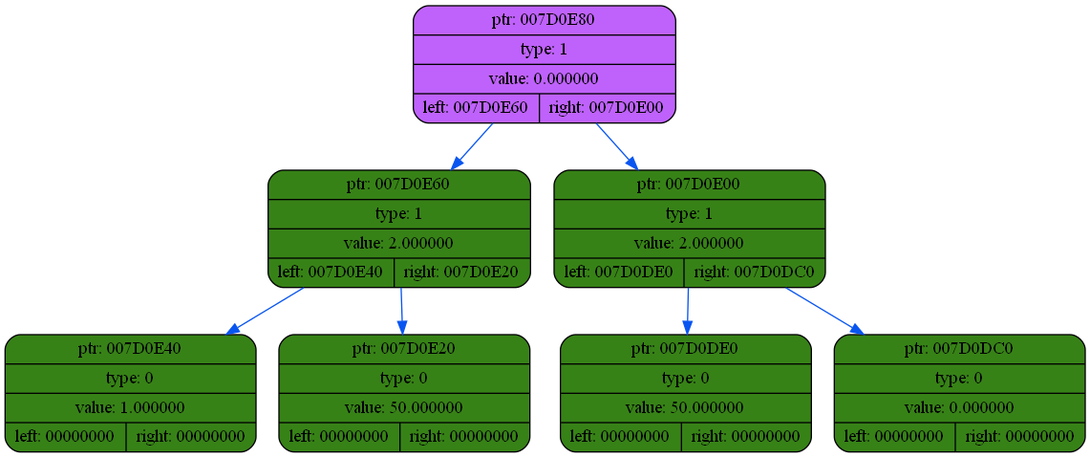
Above: dump/dump2.png in coffee8cat/differentiator (Graphviz), before the change. Its source is kept beside it as dump/dump2.dot. Source of this version:
```dot
digraph
{
    rankdir=TP

        node007D0E80[shape=record,style="rounded,filled",fillcolor="#BF62FC",label="{ ptr: 007D0E80 | type: 1 | value: 0.000000| { left: 007D0E60 | right: 007D0E00 }}"];
    node007D0E80 -> node007D0E60[color="#0855F0"]
    node007D0E60[shape=record,style="rounded,filled",fillcolor="#378217",label="{ ptr: 007D0E60 | type: 1 | value: 2.000000| { left: 007D0E40 | right: 007D0E20 }}"];
    node007D0E60 -> node007D0E40[color="#0855F0"]
    node007D0E40[shape=record,style="rounded,filled",fillcolor="#378217",label="{ ptr: 007D0E40 | type: 0 | value: 1.000000| { left: 00000000 | right: 00000000 }}"];
    node007D0E60 -> node007D0E20[color="#0855F0"]
    node007D0E20[shape=record,style="rounded,filled",fillcolor="#378217",label="{ ptr: 007D0E20 | type: 0 | value: 50.000000| { left: 00000000 | right: 00000000 }}"];
    node007D0E80 -> node007D0E00[color="#0855F0"]
    node007D0E00[shape=record,style="rounded,filled",fillcolor="#378217",label="{ ptr: 007D0E00 | type: 1 | value: 2.000000| { left: 007D0DE0 | right: 007D0DC0 }}"];
    node007D0E00 -> node007D0DE0[color="#0855F0"]
    node007D0DE0[shape=record,style="rounded,filled",fillcolor="#378217",label="{ ptr: 007D0DE0 | type: 0 | value: 50.000000| { left: 00000000 | right: 00000000 }}"];
    node007D0E00 -> node007D0DC0[color="#0855F0"]
    node007D0DC0[shape=record,style="rounded,filled",fillcolor="#378217",label="{ ptr: 007D0DC0 | type: 0 | value: 0.000000| { left: 00000000 | right: 00000000 }}"];
}
```
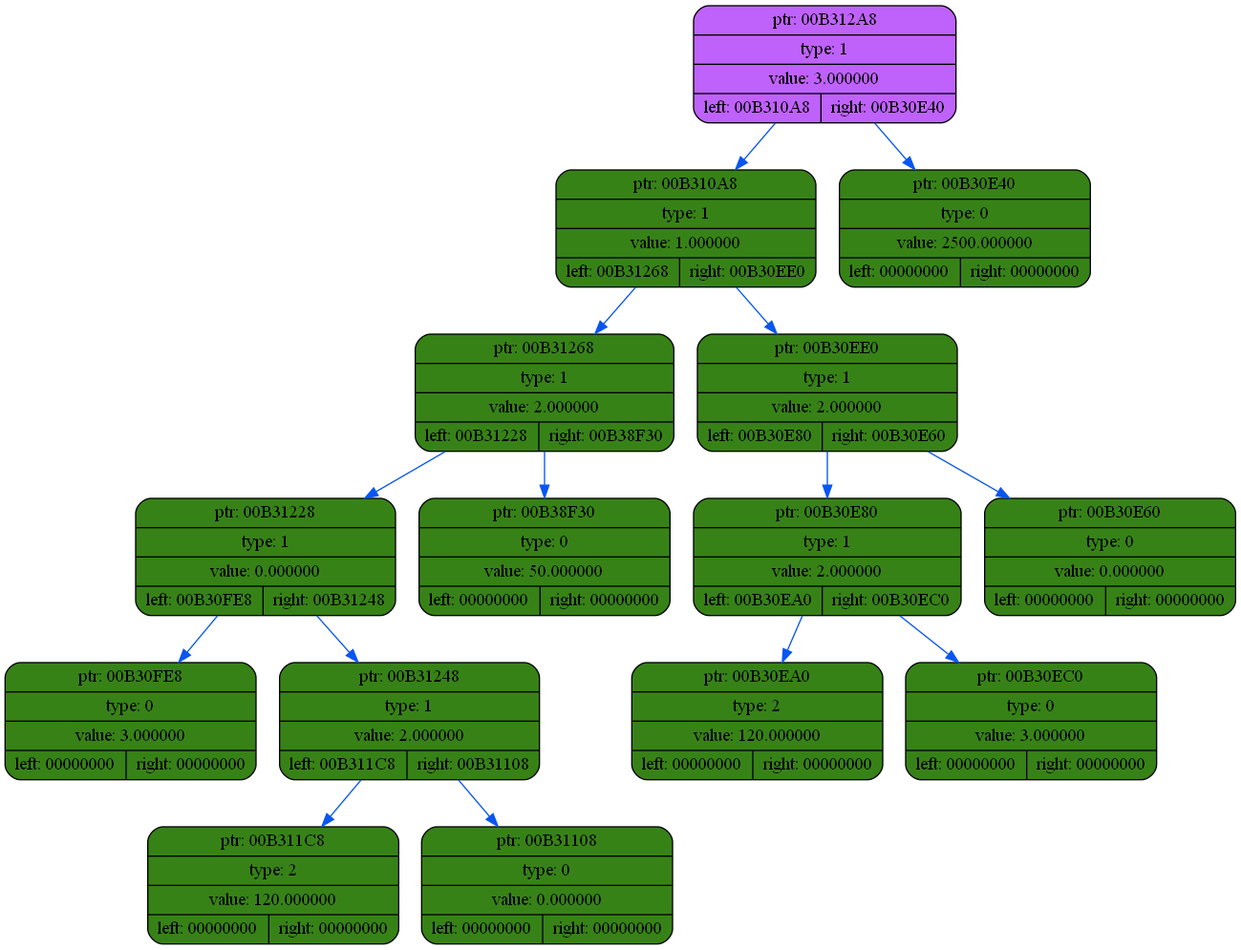
The same diagram one commit later.

Diff of the diagram source:
```diff
@@ -2,17 +2,33 @@
 {
     rankdir=TP
 
-        node007D0E80[shape=record,style="rounded,filled",fillcolor="#BF62FC",label="{ ptr: 007D0E80 | type: 1 | value: 0.000000| { left: 007D0E60 | right: 007D0E00 }}"];
-    node007D0E80 -> node007D0E60[color="#0855F0"]
-    node007D0E60[shape=record,style="rounded,filled",fillcolor="#378217",label="{ ptr: 007D0E60 | type: 1 | value: 2.000000| { left: 007D0E40 | right: 007D0E20 }}"];
-    node007D0E60 -> node007D0E40[color="#0855F0"]
-    node007D0E40[shape=record,style="rounded,filled",fillcolor="#378217",label="{ ptr: 007D0E40 | type: 0 | value: 1.000000| { left: 00000000 | right: 00000000 }}"];
-    node007D0E60 -> node007D0E20[color="#0855F0"]
-    node007D0E20[shape=record,style="rounded,filled",fillcolor="#378217",label="{ ptr: 007D0E20 | type: 0 | value: 50.000000| { left: 00000000 | right: 00000000 }}"];
-    node007D0E80 -> node007D0E00[color="#0855F0"]
-    node007D0E00[shape=record,style="rounded,filled",fillcolor="#378217",label="{ ptr: 007D0E00 | type: 1 | value: 2.000000| { left: 007D0DE0 | right: 007D0DC0 }}"];
-    node007D0E00 -> node007D0DE0[color="#0855F0"]
-    node007D0DE0[shape=record,style="rounded,filled",fillcolor="#378217",label="{ ptr: 007D0DE0 | type: 0 | value: 50.000000| { left: 00000000 | right: 00000000 }}"];
-    node007D0E00 -> node007D0DC0[color="#0855F0"]
-    node007D0DC0[shape=record,style="rounded,filled",fillcolor="#378217",label="{ ptr: 007D0DC0 | type: 0 | value: 0.000000| { left: 00000000 | right: 00000000 }}"];
+        node00B312A8[shape=record,style="rounded,filled",fillcolor="#BF62FC",label="{ ptr: 00B312A8 | type: 1 | value: 3.000000| { left: 00B310A8 | right: 00B30E40 }}"];
+    node00B312A8 -> node00B310A8[color="#0855F0"]
+    node00B310A8[shape=record,style="rounded,filled",fillcolor="#378217",label="{ ptr: 00B310A8 | type: 1 | value: 1.000000| { left: 00B31268 | right: 00B30EE0 }}"];
+    node00B310A8 -> node00B31268[color="#0855F0"]
+    node00B31268[shape=record,style="rounded,filled",fillcolor="#378217",label="{ ptr: 00B31268 | type: 1 | value: 2.000000| { left: 00B31228 | right: 00B38F30 }}"];
+    node00B31268 -> node00B31228[color="#0855F0"]
+    node00B31228[shape=record,style="rounded,filled",fillcolor="#378217",label="{ ptr: 00B31228 | type: 1 | value: 0.000000| { left: 00B30FE8 | right: 00B31248 }}"];
+    node00B31228 -> node00B30FE8[color="#0855F0"]
+    node00B30FE8[shape=record,style="rounded,filled",fillcolor="#378217",label="{ ptr: 00B30FE8 | type: 0 | value: 3.000000| { left: 00000000 | right: 00000000 }}"];
+    node00B31228 -> node00B31248[color="#0855F0"]
+    node00B31248[shape=record,style="rounded,filled",fillcolor="#378217",label="{ ptr: 00B31248 | type: 1 | value: 2.000000| { left: 00B311C8 | right: 00B31108 }}"];
+    node00B31248 -> node00B311C8[color="#0855F0"]
+    node00B311C8[shape=record,style="rounded,filled",fillcolor="#378217",label="{ ptr: 00B311C8 | type: 2 | value: 120.000000| { left: 00000000 | right: 00000000 }}"];
+    node00B31248 -> node00B31108[color="#0855F0"]
+    node00B31108[shape=record,style="rounded,filled",fillcolor="#378217",label="{ ptr: 00B31108 | type: 0 | value: 0.000000| { left: 00000000 | right: 00000000 }}"];
+    node00B31268 -> node00B38F30[color="#0855F0"]
+    node00B38F30[shape=record,style="rounded,filled",fillcolor="#378217",label="{ ptr: 00B38F30 | type: 0 | value: 50.000000| { left: 00000000 | right: 00000000 }}"];
+    node00B310A8 -> node00B30EE0[color="#0855F0"]
+    node00B30EE0[shape=record,style="rounded,filled",fillcolor="#378217",label="{ ptr: 00B30EE0 | type: 1 | value: 2.000000| { left: 00B30E80 | right: 00B30E60 }}"];
+    node00B30EE0 -> node00B30E80[color="#0855F0"]
+    node00B30E80[shape=record,style="rounded,filled",fillcolor="#378217",label="{ ptr: 00B30E80 | type: 1 | value: 2.000000| { left: 00B30EA0 | right: 00B30EC0 }}"];
+    node00B30E80 -> node00B30EA0[color="#0855F0"]
+    node00B30EA0[shape=record,style="rounded,filled",fillcolor="#378217",label="{ ptr: 00B30EA0 | type: 2 | value: 120.000000| { left: 00000000 | right: 00000000 }}"];
+    node00B30E80 -> node00B30EC0[color="#0855F0"]
+    node00B30EC0[shape=record,style="rounded,filled",fillcolor="#378217",label="{ ptr: 00B30EC0 | type: 0 | value: 3.000000| { left: 00000000 | right: 00000000 }}"];
+    node00B30EE0 -> node00B30E60[color="#0855F0"]
+    node00B30E60[shape=record,style="rounded,filled",fillcolor="#378217",label="{ ptr: 00B30E60 | type: 0 | value: 0.000000| { left: 00000000 | right: 00000000 }}"];
+    node00B312A8 -> node00B30E40[color="#0855F0"]
+    node00B30E40[shape=record,style="rounded,filled",fillcolor="#378217",label="{ ptr: 00B30E40 | type: 0 | value: 2500.000000| { left: 00000000 | right: 00000000 }}"];
 }
```
